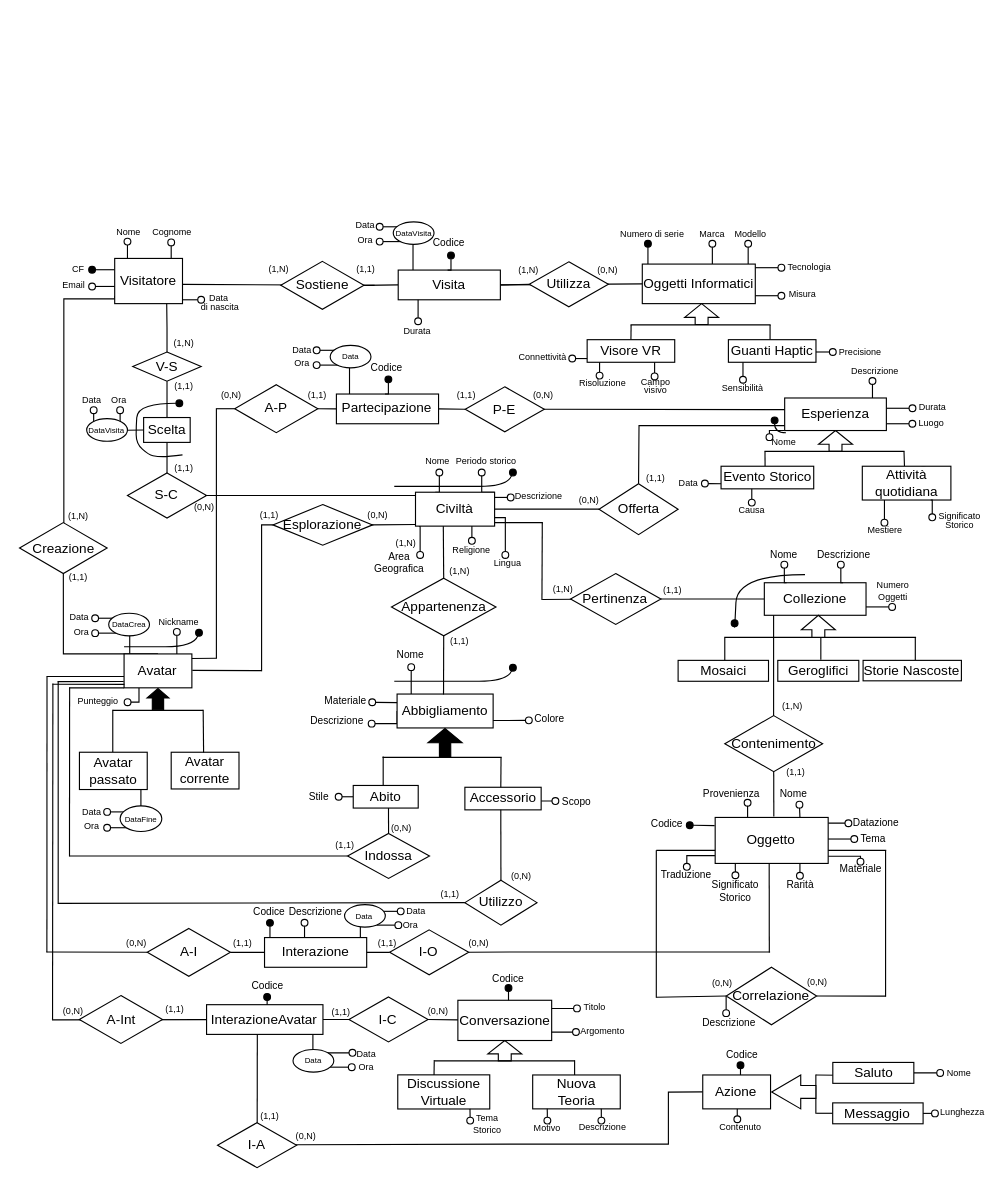
pnocerino/BasiDiDati keeps this draw.io diagram as WP1/ER.drawio. Above is the earlier version. Source tidied: cells renumbered, new cells numbered last; positions are measured from the earlier drawing's top-left corner, leaving out a move shared by most shapes. Both pictures are drawn from the tidied source at 113%, with x=0, y=0 at pixel (19, 27).
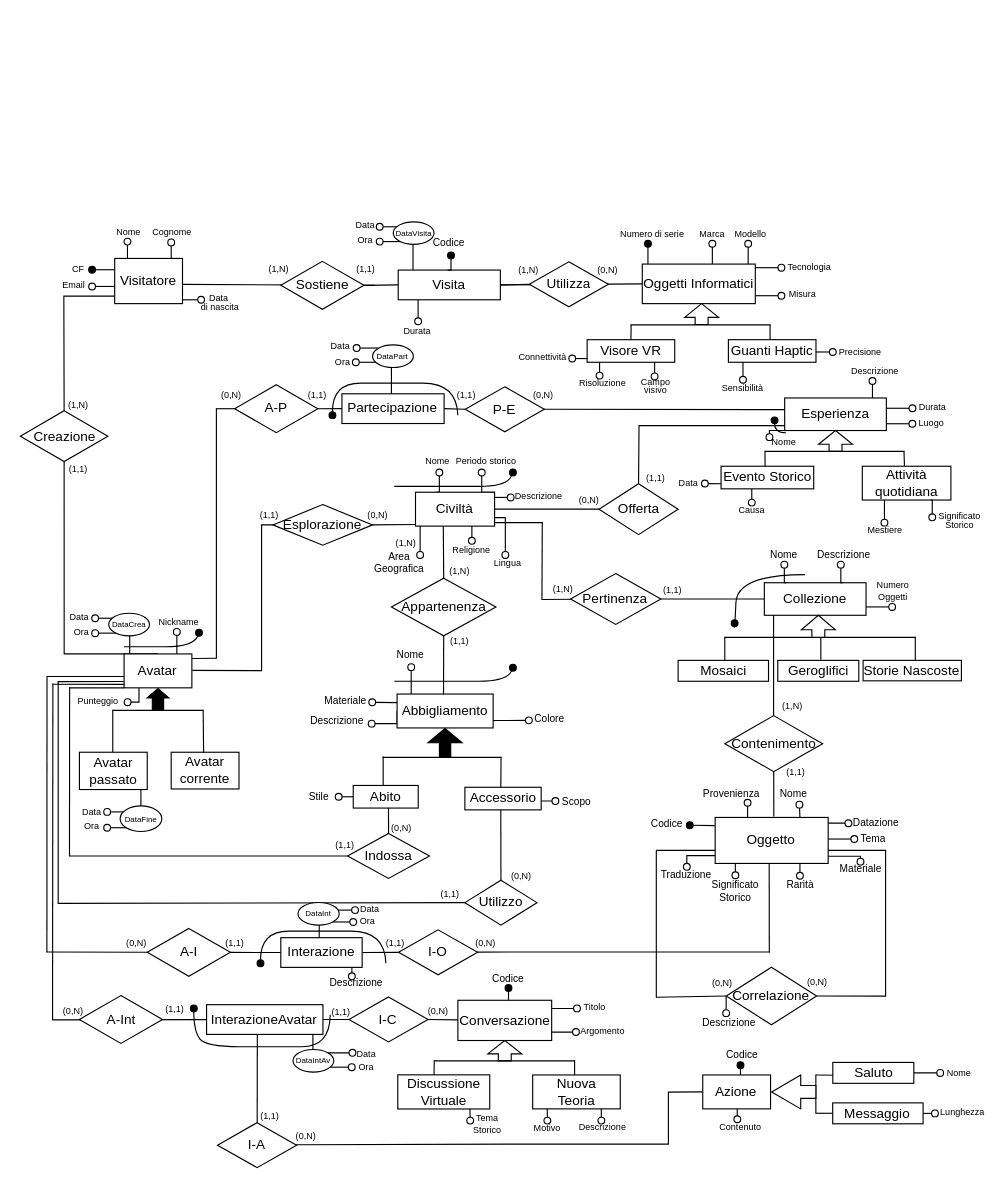
The same diagram, later.

The change refers to these unchanged cells:
```xml
<mxCell id="271" value="A-I" style="shape=rhombus;perimeter=rhombusPerimeter;whiteSpace=wrap;html=1;align=center;" parent="1" vertex="1">
  <mxGeometry x="112.8" y="797.1" width="73.6" height="42.4" as="geometry" />
</mxCell>
<mxCell id="345" value="Civiltà" style="whiteSpace=wrap;html=1;align=center;" parent="1" vertex="1">
  <mxGeometry x="350.2" y="411.1" width="70" height="30" as="geometry" />
</mxCell>
<mxCell id="358" value="Visitatore" style="whiteSpace=wrap;html=1;align=center;" parent="1" vertex="1">
  <mxGeometry x="84" y="204.2" width="60" height="40" as="geometry" />
</mxCell>
```

The edit, as a diff of the source:
```diff
@@
-    <mxCell id="2" style="edgeStyle=orthogonalEdgeStyle;rounded=0;jettySize=auto;html=1;endArrow=none;endFill=0;exitX=0.001;exitY=0.833;exitDx=0;exitDy=0;exitPerimeter=0;entryX=0.488;entryY=0.064;entryDx=0;entryDy=0;entryPerimeter=0;" parent="1" edge="1" source="358" target="10">
+    <mxCell id="2" style="edgeStyle=orthogonalEdgeStyle;rounded=0;jettySize=auto;html=1;endArrow=none;endFill=0;exitX=0.001;exitY=0.833;exitDx=0;exitDy=0;exitPerimeter=0;entryX=0.5;entryY=0;entryDx=0;entryDy=0;" parent="1" edge="1" source="358" target="10">
       <mxGeometry relative="1" as="geometry">
         <Array as="points">
+          <mxPoint x="39" y="238" />
           <mxPoint x="39" y="240" />
-          <mxPoint x="39" y="441" />
+          <mxPoint x="39" y="240" />
         </Array>
       </mxGeometry>
     </mxCell>
@@
     <mxCell id="10" value="Creazione" style="shape=rhombus;perimeter=rhombusPerimeter;whiteSpace=wrap;html=1;align=center;" parent="1" vertex="1">
-      <mxGeometry x="-0.2" y="438" width="77.5" height="45" as="geometry" />
+      <mxGeometry x="0.5" y="339" width="77.5" height="45" as="geometry" />
     </mxCell>
@@
     <mxCell id="38" value="&lt;font style=&quot;font-size: 8px;&quot;&gt;(1,N)&lt;/font&gt;" style="text;html=1;align=center;verticalAlign=middle;whiteSpace=wrap;rounded=1;strokeColor=none;glass=0;" parent="1" vertex="1">
-      <mxGeometry x="27.3" y="423" width="50" height="15" as="geometry" />
+      <mxGeometry x="27.3" y="325" width="50" height="15" as="geometry" />
     </mxCell>
     <mxCell id="39" value="&lt;font style=&quot;font-size: 8px;&quot;&gt;(1,1)&lt;/font&gt;" style="text;html=1;align=center;verticalAlign=middle;whiteSpace=wrap;rounded=1;strokeColor=none;glass=0;" parent="1" vertex="1">
-      <mxGeometry x="27.3" y="477.9" width="50" height="15" as="geometry" />
+      <mxGeometry x="27.3" y="382.7" width="50" height="15" as="geometry" />
     </mxCell>
@@
     <mxCell id="141" value="&lt;font style=&quot;font-size: 8px;&quot;&gt;(0,N)&lt;/font&gt;" style="text;html=1;align=center;verticalAlign=middle;whiteSpace=wrap;rounded=1;strokeColor=none;glass=0;" parent="1" vertex="1">
-      <mxGeometry x="394.9" y="805.2" width="22.5" height="6.8" as="geometry" />
+      <mxGeometry x="401.4" y="805.3" width="22.5" height="6.8" as="geometry" />
     </mxCell>
     <mxCell id="142" value="&lt;span style=&quot;font-size: 8px;&quot;&gt;(1,1)&lt;/span&gt;" style="text;html=1;align=center;verticalAlign=middle;whiteSpace=wrap;rounded=1;strokeColor=none;glass=0;" parent="1" vertex="1">
-      <mxGeometry x="186.3" y="805.3" width="22.5" height="6.8" as="geometry" />
+      <mxGeometry x="179" y="805.2" width="22.5" height="6.8" as="geometry" />
     </mxCell>
     <mxCell id="143" value="&lt;span style=&quot;font-size: 8px;&quot;&gt;(1,1)&lt;/span&gt;" style="text;html=1;align=center;verticalAlign=middle;whiteSpace=wrap;rounded=1;strokeColor=none;glass=0;" parent="1" vertex="1">
-      <mxGeometry x="313.5" y="805.2" width="22.5" height="6.8" as="geometry" />
+      <mxGeometry x="321" y="805.2" width="22.5" height="6.8" as="geometry" />
     </mxCell>
-    <mxCell id="144" style="edgeStyle=orthogonalEdgeStyle;rounded=0;orthogonalLoop=1;jettySize=auto;html=1;exitX=0.25;exitY=0;exitDx=0;exitDy=0;entryX=0.842;entryY=1.009;entryDx=0;entryDy=0;entryPerimeter=0;endArrow=oval;endFill=1;" parent="1" edge="1">
-      <mxGeometry relative="1" as="geometry">
-        <mxPoint x="218.4" y="805.2" as="sourcePoint" />
-        <mxPoint x="221.4" y="792.2" as="targetPoint" />
-      </mxGeometry>
-    </mxCell>
-    <mxCell id="145" value="&lt;font style=&quot;font-size: 9px;&quot;&gt;Codice&lt;/font&gt;" style="text;html=1;align=center;verticalAlign=middle;whiteSpace=wrap;rounded=0;" parent="1" vertex="1">
-      <mxGeometry x="200.9" y="773.2" width="40" height="17.3" as="geometry" />
-    </mxCell>
@@
     <mxCell id="179" value="Partecipazione" style="whiteSpace=wrap;html=1;align=center;" parent="1" vertex="1">
-      <mxGeometry x="280.2" y="324.2" width="90.4" height="26.3" as="geometry" />
+      <mxGeometry x="285.1" y="324" width="90.4" height="26.3" as="geometry" />
     </mxCell>
@@
-    <mxCell id="183" style="edgeStyle=orthogonalEdgeStyle;rounded=0;orthogonalLoop=1;jettySize=auto;html=1;exitX=0.25;exitY=0;exitDx=0;exitDy=0;entryX=0.842;entryY=1.009;entryDx=0;entryDy=0;entryPerimeter=0;endArrow=oval;endFill=1;" parent="1" edge="1">
-      <mxGeometry relative="1" as="geometry">
-        <mxPoint x="323.2" y="324.2" as="sourcePoint" />
-        <mxPoint x="326.2" y="311.2" as="targetPoint" />
-      </mxGeometry>
-    </mxCell>
-    <mxCell id="184" value="&lt;font style=&quot;font-size: 9px;&quot;&gt;Codice&lt;/font&gt;" style="text;html=1;align=center;verticalAlign=middle;whiteSpace=wrap;rounded=0;" parent="1" vertex="1">
-      <mxGeometry x="304.7" y="291.5" width="40" height="17.3" as="geometry" />
-    </mxCell>
@@
-    <mxCell id="221" style="edgeStyle=orthogonalEdgeStyle;rounded=0;orthogonalLoop=1;jettySize=auto;html=1;endArrow=oval;endFill=1;" parent="1" edge="1">
-      <mxGeometry relative="1" as="geometry">
-        <mxPoint x="213.4" y="865.5" as="sourcePoint" />
-        <mxPoint x="218.9" y="857.8" as="targetPoint" />
-      </mxGeometry>
-    </mxCell>
@@
-    <mxCell id="225" value="&lt;font style=&quot;font-size: 9px;&quot;&gt;Codice&lt;/font&gt;" style="text;html=1;align=center;verticalAlign=middle;whiteSpace=wrap;rounded=0;" parent="1" vertex="1">
-      <mxGeometry x="198.2" y="837.1" width="42.7" height="20" as="geometry" />
-    </mxCell>
@@
-    <mxCell id="272" style="endArrow=none;html=1;rounded=0;" parent="1" edge="1" source="271" target="273">
+    <mxCell id="272" style="endArrow=none;html=1;rounded=0;" parent="1" edge="1" source="338" target="273">
       <mxGeometry relative="1" as="geometry" />
     </mxCell>
     <mxCell id="273" value="I-O" style="shape=rhombus;perimeter=rhombusPerimeter;whiteSpace=wrap;html=1;align=center;" parent="1" vertex="1">
-      <mxGeometry x="327.3" y="798.4" width="70" height="39.8" as="geometry" />
+      <mxGeometry x="335.2" y="798.4" width="70" height="39.8" as="geometry" />
     </mxCell>
@@
-    <mxCell id="287" value="&lt;p style=&quot;line-height: 110%;&quot;&gt;&lt;font style=&quot;font-size: 7px;&quot;&gt;Data&lt;/font&gt;&lt;/p&gt;" style="ellipse;whiteSpace=wrap;html=1;" parent="1" vertex="1">
+    <mxCell id="287" value="&lt;p style=&quot;line-height: 110%;&quot;&gt;&lt;font style=&quot;font-size: 7px;&quot;&gt;DataIntAv&lt;/font&gt;&lt;/p&gt;" style="ellipse;whiteSpace=wrap;html=1;" parent="1" vertex="1">
       <mxGeometry x="241.8" y="904.3" width="36.1" height="20" as="geometry" />
     </mxCell>
@@
     <mxCell id="325" style="edgeStyle=orthogonalEdgeStyle;rounded=0;orthogonalLoop=1;jettySize=auto;html=1;exitX=0.25;exitY=0;exitDx=0;exitDy=0;endArrow=oval;endFill=0;" parent="1" edge="1">
       <mxGeometry relative="1" as="geometry">
-        <mxPoint x="254.1" y="805.3" as="sourcePoint" />
-        <mxPoint x="252" y="792.1" as="targetPoint" />
+        <mxPoint x="291.8" y="826.3" as="sourcePoint" />
+        <mxPoint x="293.9" y="839.5" as="targetPoint" />
       </mxGeometry>
     </mxCell>
     <mxCell id="326" value="&lt;font style=&quot;font-size: 9px;&quot;&gt;Descrizione&lt;/font&gt;" style="text;html=1;align=center;verticalAlign=middle;whiteSpace=wrap;rounded=0;" parent="1" vertex="1">
-      <mxGeometry x="241.8" y="773.2" width="40" height="17.3" as="geometry" />
+      <mxGeometry x="278" y="836.2" width="40" height="17.3" as="geometry" />
     </mxCell>
     <mxCell id="327" value="&lt;font style=&quot;font-size: 8px;&quot;&gt;Ora&lt;/font&gt;" style="text;html=1;align=center;verticalAlign=middle;whiteSpace=wrap;rounded=1;strokeColor=none;glass=0;" parent="1" vertex="1">
-      <mxGeometry x="224.7" y="288.7" width="50" height="15" as="geometry" />
+      <mxGeometry x="261.4" y="287" width="50" height="15" as="geometry" />
     </mxCell>
     <mxCell id="328" value="&lt;font style=&quot;font-size: 8px;&quot;&gt;Data&lt;/font&gt;" style="text;html=1;align=center;verticalAlign=middle;whiteSpace=wrap;rounded=1;strokeColor=none;glass=0;" parent="1" vertex="1">
-      <mxGeometry x="224.7" y="276.1" width="50" height="15" as="geometry" />
+      <mxGeometry x="258.8" y="273.7" width="50" height="15" as="geometry" />
     </mxCell>
     <mxCell id="329" style="edgeStyle=orthogonalEdgeStyle;rounded=0;orthogonalLoop=1;jettySize=auto;html=1;exitX=0;exitY=0;exitDx=0;exitDy=0;endArrow=oval;endFill=0;" parent="1" edge="1">
       <mxGeometry relative="1" as="geometry">
-        <mxPoint x="282.1" y="285.5" as="sourcePoint" />
-        <mxPoint x="262.7" y="285.5" as="targetPoint" />
+        <mxPoint x="317.4" y="283.5" as="sourcePoint" />
+        <mxPoint x="298.1" y="283.5" as="targetPoint" />
       </mxGeometry>
     </mxCell>
     <mxCell id="330" style="edgeStyle=orthogonalEdgeStyle;rounded=0;orthogonalLoop=1;jettySize=auto;html=1;endArrow=oval;endFill=0;" parent="1" edge="1">
       <mxGeometry relative="1" as="geometry">
-        <mxPoint x="282.7" y="298.6" as="sourcePoint" />
-        <mxPoint x="262.7" y="298.6" as="targetPoint" />
+        <mxPoint x="317.4" y="296.1" as="sourcePoint" />
+        <mxPoint x="297.4" y="296.1" as="targetPoint" />
       </mxGeometry>
     </mxCell>
-    <mxCell id="331" value="&lt;p style=&quot;line-height: 110%;&quot;&gt;&lt;font style=&quot;font-size: 7px;&quot;&gt;Data&lt;/font&gt;&lt;/p&gt;" style="ellipse;whiteSpace=wrap;html=1;" parent="1" vertex="1">
-      <mxGeometry x="274.7" y="281.1" width="36.1" height="20" as="geometry" />
+    <mxCell id="331" value="&lt;p style=&quot;line-height: 110%;&quot;&gt;&lt;font style=&quot;font-size: 7px;&quot;&gt;DataPart&lt;/font&gt;&lt;/p&gt;" style="ellipse;whiteSpace=wrap;html=1;" parent="1" vertex="1">
+      <mxGeometry x="312.2" y="280.7" width="36.1" height="20" as="geometry" />
     </mxCell>
     <mxCell id="332" value="&lt;font style=&quot;font-size: 8px;&quot;&gt;Ora&lt;/font&gt;" style="text;html=1;align=center;verticalAlign=middle;whiteSpace=wrap;rounded=1;strokeColor=none;glass=0;" parent="1" vertex="1">
-      <mxGeometry x="321.4" y="785" width="50" height="15" as="geometry" />
+      <mxGeometry x="282.8" y="782" width="50" height="15" as="geometry" />
     </mxCell>
     <mxCell id="333" value="&lt;font style=&quot;font-size: 8px;&quot;&gt;Data&lt;/font&gt;" style="text;html=1;align=center;verticalAlign=middle;whiteSpace=wrap;rounded=1;strokeColor=none;glass=0;" parent="1" vertex="1">
-      <mxGeometry x="326.4" y="773.2" width="50" height="15" as="geometry" />
+      <mxGeometry x="284.9" y="771" width="50" height="15" as="geometry" />
     </mxCell>
     <mxCell id="334" style="edgeStyle=orthogonalEdgeStyle;rounded=0;orthogonalLoop=1;jettySize=auto;html=1;exitX=0;exitY=0;exitDx=0;exitDy=0;endArrow=oval;endFill=0;" parent="1" edge="1">
       <mxGeometry relative="1" as="geometry">
-        <mxPoint x="315.7" y="794.2" as="sourcePoint" />
-        <mxPoint x="335" y="794.2" as="targetPoint" />
+        <mxPoint x="275.7" y="791.4" as="sourcePoint" />
+        <mxPoint x="295.1" y="791.4" as="targetPoint" />
       </mxGeometry>
     </mxCell>
     <mxCell id="335" style="edgeStyle=orthogonalEdgeStyle;rounded=0;orthogonalLoop=1;jettySize=auto;html=1;endArrow=oval;endFill=0;" parent="1" edge="1">
       <mxGeometry relative="1" as="geometry">
-        <mxPoint x="316.6" y="782" as="sourcePoint" />
-        <mxPoint x="337.1" y="781.6" as="targetPoint" />
+        <mxPoint x="276.2" y="780.9" as="sourcePoint" />
+        <mxPoint x="296.7" y="780.5" as="targetPoint" />
       </mxGeometry>
     </mxCell>
     <mxCell id="336" style="endArrow=none;html=1;rounded=0;entryX=0.551;entryY=1.003;entryDx=0;entryDy=0;entryPerimeter=0;" parent="1" edge="1">
       <mxGeometry relative="1" as="geometry">
-        <mxPoint x="291.8" y="324.2" as="sourcePoint" />
-        <mxPoint x="291.8" y="301.1" as="targetPoint" />
+        <mxPoint x="328.9" y="324" as="sourcePoint" />
+        <mxPoint x="328.9" y="301" as="targetPoint" />
       </mxGeometry>
     </mxCell>
     <mxCell id="337" style="endArrow=none;html=1;rounded=0;" parent="1" edge="1">
       <mxGeometry relative="1" as="geometry">
-        <mxPoint x="301.4" y="814.2" as="sourcePoint" />
-        <mxPoint x="301.4" y="794.2" as="targetPoint" />
+        <mxPoint x="265" y="811.9" as="sourcePoint" />
+        <mxPoint x="265" y="791.9" as="targetPoint" />
       </mxGeometry>
     </mxCell>
-    <mxCell id="338" value="Interazione" style="whiteSpace=wrap;html=1;align=center;" parent="1" vertex="1">
-      <mxGeometry x="216.6" y="805.2" width="90.4" height="26.3" as="geometry" />
-    </mxCell>
-    <mxCell id="339" value="&lt;p style=&quot;line-height: 110%;&quot;&gt;&lt;font style=&quot;font-size: 7px;&quot;&gt;Data&lt;/font&gt;&lt;/p&gt;" style="ellipse;whiteSpace=wrap;html=1;" parent="1" vertex="1">
-      <mxGeometry x="287.4" y="776" width="36.1" height="20" as="geometry" />
+    <mxCell id="339" value="&lt;p style=&quot;line-height: 110%;&quot;&gt;&lt;font style=&quot;font-size: 7px;&quot;&gt;DataInt&lt;/font&gt;&lt;/p&gt;" style="ellipse;whiteSpace=wrap;html=1;" parent="1" vertex="1">
+      <mxGeometry x="246.2" y="774.2" width="36.5" height="20" as="geometry" />
     </mxCell>
@@
-    <mxCell id="346" style="edgeStyle=orthogonalEdgeStyle;rounded=0;jettySize=auto;html=1;endArrow=none;endFill=0;entryX=0.767;entryY=0.983;entryDx=0;entryDy=0;entryPerimeter=0;" parent="1" edge="1" source="348" target="358">
-      <mxGeometry relative="1" as="geometry" />
-    </mxCell>
-    <mxCell id="347" style="edgeStyle=orthogonalEdgeStyle;rounded=0;jettySize=auto;html=1;entryX=0.5;entryY=0;entryDx=0;entryDy=0;endArrow=none;endFill=0;" parent="1" edge="1" source="348" target="349">
-      <mxGeometry relative="1" as="geometry" />
-    </mxCell>
-    <mxCell id="348" value="V-S" style="shape=rhombus;perimeter=rhombusPerimeter;whiteSpace=wrap;html=1;align=center;" parent="1" vertex="1">
-      <mxGeometry x="100" y="287" width="60.5" height="25.8" as="geometry" />
-    </mxCell>
-    <mxCell id="349" value="S-C" style="shape=rhombus;perimeter=rhombusPerimeter;whiteSpace=wrap;html=1;align=center;" parent="1" vertex="1">
-      <mxGeometry x="95.3" y="394.1" width="70" height="39.8" as="geometry" />
-    </mxCell>
-    <mxCell id="350" style="endArrow=none;html=1;rounded=0;entryX=0.005;entryY=0.095;entryDx=0;entryDy=0;entryPerimeter=0;" parent="1" edge="1" target="345">
-      <mxGeometry relative="1" as="geometry">
-        <mxPoint x="164" y="414" as="sourcePoint" />
-      </mxGeometry>
-    </mxCell>
-    <mxCell id="351" style="endArrow=none;html=1;rounded=0;entryX=0.551;entryY=1.003;entryDx=0;entryDy=0;entryPerimeter=0;" parent="1" edge="1">
-      <mxGeometry relative="1" as="geometry">
-        <mxPoint x="125.7" y="355.8" as="sourcePoint" />
-        <mxPoint x="93.9" y="356.2" as="targetPoint" />
-      </mxGeometry>
-    </mxCell>
-    <mxCell id="352" value="Scelta" style="whiteSpace=wrap;html=1;align=center;" parent="1" vertex="1">
-      <mxGeometry x="109.6" y="345" width="41.2" height="22" as="geometry" />
-    </mxCell>
-    <mxCell id="353" style="edgeStyle=orthogonalEdgeStyle;rounded=0;orthogonalLoop=1;jettySize=auto;html=1;exitX=0.25;exitY=0;exitDx=0;exitDy=0;entryX=0.5;entryY=1;entryDx=0;entryDy=0;endArrow=oval;endFill=0;" parent="1" edge="1">
-      <mxGeometry relative="1" as="geometry">
-        <mxPoint x="85.5" y="355.9" as="sourcePoint" />
-        <mxPoint x="88.8" y="338.5" as="targetPoint" />
-      </mxGeometry>
-    </mxCell>
-    <mxCell id="354" style="edgeStyle=orthogonalEdgeStyle;rounded=0;orthogonalLoop=1;jettySize=auto;html=1;exitX=0.25;exitY=0;exitDx=0;exitDy=0;entryX=0.5;entryY=1;entryDx=0;entryDy=0;endArrow=oval;endFill=0;" parent="1" edge="1">
-      <mxGeometry relative="1" as="geometry">
-        <mxPoint x="62.2" y="355.9" as="sourcePoint" />
-        <mxPoint x="65.4" y="338.5" as="targetPoint" />
-      </mxGeometry>
-    </mxCell>
-    <mxCell id="355" value="&lt;p style=&quot;line-height: 110%;&quot;&gt;&lt;font style=&quot;font-size: 7px;&quot;&gt;DataVisita&lt;/font&gt;&lt;/p&gt;" style="ellipse;whiteSpace=wrap;html=1;" parent="1" vertex="1">
-      <mxGeometry x="59.2" y="346" width="36.1" height="20" as="geometry" />
-    </mxCell>
-    <mxCell id="356" value="&lt;font style=&quot;font-size: 8px;&quot;&gt;Data&lt;/font&gt;" style="text;html=1;align=center;verticalAlign=middle;whiteSpace=wrap;rounded=1;strokeColor=none;glass=0;" parent="1" vertex="1">
-      <mxGeometry x="39" y="321" width="50" height="15" as="geometry" />
-    </mxCell>
-    <mxCell id="357" value="&lt;font style=&quot;font-size: 8px;&quot;&gt;Ora&lt;/font&gt;" style="text;html=1;align=center;verticalAlign=middle;whiteSpace=wrap;rounded=1;strokeColor=none;glass=0;" parent="1" vertex="1">
-      <mxGeometry x="62.8" y="321" width="50" height="15" as="geometry" />
-    </mxCell>
@@
-    <mxCell id="360" style="curved=1;endArrow=oval;html=1;rounded=0;endFill=1;" parent="1" edge="1">
-      <mxGeometry relative="1" as="geometry">
-        <mxPoint x="144" y="378" as="sourcePoint" />
-        <mxPoint x="141.2" y="332.4" as="targetPoint" />
-        <Array as="points">
-          <mxPoint x="131.7" y="379.6" />
-          <mxPoint x="121.7" y="379.6" />
-          <mxPoint x="114" y="378" />
-          <mxPoint x="103" y="368" />
-          <mxPoint x="103" y="352.4" />
-          <mxPoint x="104" y="338" />
-          <mxPoint x="123" y="332.4" />
-        </Array>
-      </mxGeometry>
-    </mxCell>
-    <mxCell id="361" value="&lt;span style=&quot;font-size: 8px;&quot;&gt;(1,N)&lt;/span&gt;" style="text;html=1;align=center;verticalAlign=middle;whiteSpace=wrap;rounded=1;strokeColor=none;glass=0;" parent="1" vertex="1">
-      <mxGeometry x="133.8" y="274.4" width="22.5" height="6.8" as="geometry" />
-    </mxCell>
-    <mxCell id="362" value="&lt;span style=&quot;font-size: 8px;&quot;&gt;(1,1)&lt;/span&gt;" style="text;html=1;align=center;verticalAlign=middle;whiteSpace=wrap;rounded=1;strokeColor=none;glass=0;" parent="1" vertex="1">
-      <mxGeometry x="133.8" y="312.7" width="22.5" height="6.8" as="geometry" />
-    </mxCell>
-    <mxCell id="363" value="&lt;span style=&quot;font-size: 8px;&quot;&gt;(1,1)&lt;/span&gt;" style="text;html=1;align=center;verticalAlign=middle;whiteSpace=wrap;rounded=1;strokeColor=none;glass=0;" parent="1" vertex="1">
-      <mxGeometry x="133.8" y="385.3" width="22.5" height="6.8" as="geometry" />
-    </mxCell>
-    <mxCell id="364" value="&lt;font style=&quot;font-size: 8px;&quot;&gt;(0,N)&lt;/font&gt;" style="text;html=1;align=center;verticalAlign=middle;whiteSpace=wrap;rounded=1;strokeColor=none;glass=0;" parent="1" vertex="1">
-      <mxGeometry x="152.3" y="420" width="22.5" height="6.8" as="geometry" />
-    </mxCell>
@@
+    <mxCell id="367" style="edgeStyle=orthogonalEdgeStyle;rounded=0;orthogonalLoop=1;jettySize=auto;html=1;exitX=0.5;exitY=1;exitDx=0;exitDy=0;" parent="1" edge="1" source="327" target="327">
+      <mxGeometry relative="1" as="geometry" />
+    </mxCell>
+    <mxCell id="368" style="curved=1;endArrow=oval;html=1;rounded=0;endFill=1;" parent="1" edge="1">
+      <mxGeometry relative="1" as="geometry">
+        <mxPoint x="324" y="828" as="sourcePoint" />
+        <mxPoint x="213" y="828" as="targetPoint" />
+        <Array as="points">
+          <mxPoint x="323.1" y="799.5" />
+          <mxPoint x="263.1" y="799.5" />
+          <mxPoint x="213.1" y="799.5" />
+        </Array>
+      </mxGeometry>
+    </mxCell>
+    <mxCell id="369" style="endArrow=none;html=1;rounded=0;" parent="1" edge="1" source="271" target="338">
+      <mxGeometry relative="1" as="geometry" />
+    </mxCell>
+    <mxCell id="338" value="Interazione" style="whiteSpace=wrap;html=1;align=center;" parent="1" vertex="1">
+      <mxGeometry x="231" y="805.3" width="72" height="26.3" as="geometry" />
+    </mxCell>
+    <mxCell id="370" style="curved=1;endArrow=oval;html=1;rounded=0;endFill=1;" parent="1" edge="1">
+      <mxGeometry relative="1" as="geometry">
+        <mxPoint x="387.7" y="342.9" as="sourcePoint" />
+        <mxPoint x="276.7" y="342.9" as="targetPoint" />
+        <Array as="points">
+          <mxPoint x="386.7" y="314.5" />
+          <mxPoint x="326.7" y="314.5" />
+          <mxPoint x="276.7" y="314.5" />
+        </Array>
+      </mxGeometry>
+    </mxCell>
+    <mxCell id="371" style="curved=1;endArrow=oval;html=1;rounded=0;endFill=1;" parent="1" edge="1">
+      <mxGeometry relative="1" as="geometry">
+        <mxPoint x="274.7" y="873.4" as="sourcePoint" />
+        <mxPoint x="154" y="868" as="targetPoint" />
+        <Array as="points">
+          <mxPoint x="274.6" y="901.8" />
+          <mxPoint x="224.6" y="901.8" />
+          <mxPoint x="164.6" y="901.8" />
+          <mxPoint x="154" y="888" />
+        </Array>
+      </mxGeometry>
+    </mxCell>
```
